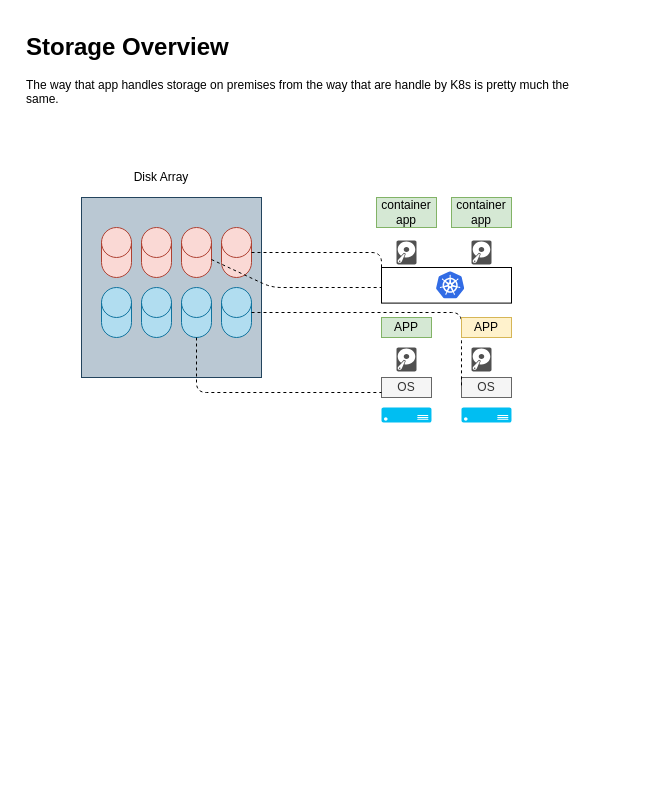
Lemoncode/k8s-fundamentals keeps this draw.io diagram as page "Page-1" (1 of 2) of 03-k8s-volumes/k8s-volumes.drawio. Above is the earlier version. Source tidied: cells renumbered, new cells numbered last; positions are measured from the earlier drawing's top-left corner, leaving out a move shared by most shapes. Both pictures are drawn from the tidied source at 100%, with x=0, y=0 at pixel (21, 27).
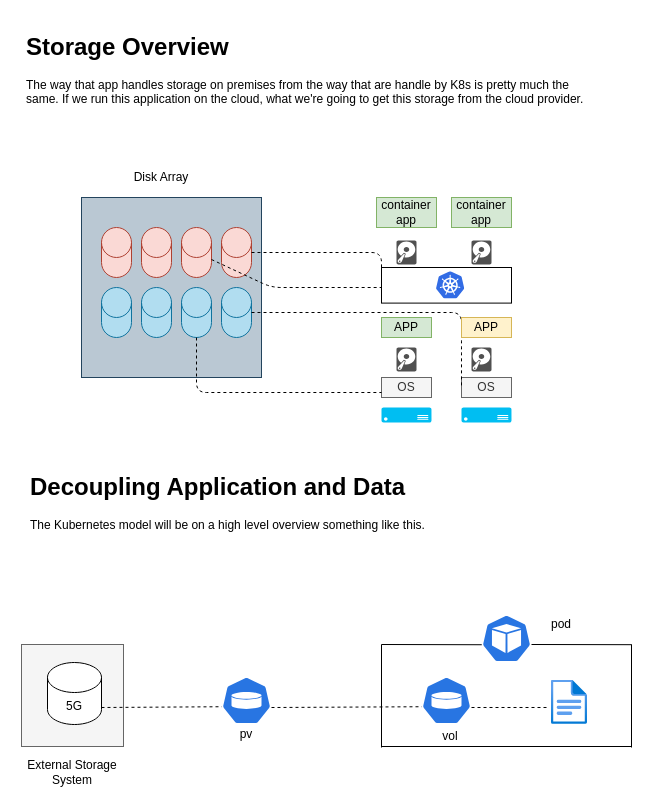
The same diagram, later.

What changed in the source:
```diff
@@
-    <mxCell id="22" value="&lt;h1&gt;Storage Overview&lt;/h1&gt;&lt;p&gt;The way that app handles storage on premises from the way that are handle by K8s is pretty much the same.&lt;/p&gt;" style="text;html=1;strokeColor=none;fillColor=none;spacing=5;spacingTop=-20;whiteSpace=wrap;overflow=hidden;rounded=0;" parent="1" vertex="1">
+    <mxCell id="22" value="&lt;h1&gt;Storage Overview&lt;/h1&gt;&lt;p&gt;The way that app handles storage on premises from the way that are handle by K8s is pretty much the same. If we run this application on the cloud, what we're going to get this storage from the cloud provider.&lt;/p&gt;" style="text;html=1;strokeColor=none;fillColor=none;spacing=5;spacingTop=-20;whiteSpace=wrap;overflow=hidden;rounded=0;" parent="1" vertex="1">
       <mxGeometry width="580" height="120" as="geometry" />
     </mxCell>
@@
+    <mxCell id="31" value="&lt;h1&gt;Decoupling Application and Data&lt;br&gt;&lt;/h1&gt;&lt;div&gt;The Kubernetes model will be on a high level overview something like this.&lt;/div&gt;" style="text;html=1;strokeColor=none;fillColor=none;spacing=5;spacingTop=-20;whiteSpace=wrap;overflow=hidden;rounded=0;" parent="1" vertex="1">
+      <mxGeometry x="4" y="440" width="580" height="120" as="geometry" />
+    </mxCell>
+    <mxCell id="32" style="sketch=0;html=1;dashed=0;whitespace=wrap;fillColor=#2875E2;strokeColor=#ffffff;points=[[0.005,0.63,0],[0.1,0.2,0],[0.9,0.2,0],[0.5,0,0],[0.995,0.63,0],[0.72,0.99,0],[0.5,1,0],[0.28,0.99,0]];shape=mxgraph.kubernetes.icon;prIcon=pod;" parent="1" vertex="1">
+      <mxGeometry x="460" y="587" width="50" height="48" as="geometry" />
+    </mxCell>
+    <mxCell id="33" style="sketch=0;html=1;dashed=0;whitespace=wrap;fillColor=#2875E2;strokeColor=#ffffff;points=[[0.005,0.63,0],[0.1,0.2,0],[0.9,0.2,0],[0.5,0,0],[0.995,0.63,0],[0.72,0.99,0],[0.5,1,0],[0.28,0.99,0]];shape=mxgraph.kubernetes.icon;prIcon=pv;" parent="1" vertex="1">
+      <mxGeometry x="400" y="649" width="50" height="48" as="geometry" />
+    </mxCell>
+    <mxCell id="34" style="sketch=0;html=1;dashed=0;whitespace=wrap;fillColor=#2875E2;strokeColor=#ffffff;points=[[0.005,0.63,0],[0.1,0.2,0],[0.9,0.2,0],[0.5,0,0],[0.995,0.63,0],[0.72,0.99,0],[0.5,1,0],[0.28,0.99,0]];shape=mxgraph.kubernetes.icon;prIcon=pv;" parent="1" vertex="1">
+      <mxGeometry x="200" y="649" width="50" height="48" as="geometry" />
+    </mxCell>
+    <mxCell id="35" style="whiteSpace=wrap;html=1;fillColor=#f5f5f5;strokeColor=#666666;fontColor=#333333;" parent="1" vertex="1">
+      <mxGeometry y="617" width="102" height="102" as="geometry" />
+    </mxCell>
+    <mxCell id="36" value="5G" style="shape=cylinder3;whiteSpace=wrap;html=1;boundedLbl=1;backgroundOutline=1;size=15;" parent="1" vertex="1">
+      <mxGeometry x="26" y="635" width="54" height="62" as="geometry" />
+    </mxCell>
+    <mxCell id="37" style="html=1;points=[];align=center;image;fontSize=12;image=img/lib/azure2/general/File.svg;" parent="1" vertex="1">
+      <mxGeometry x="530" y="652.6" width="36" height="44.4" as="geometry" />
+    </mxCell>
+    <mxCell id="38" style="endArrow=none;html=1;entryX=0.005;entryY=0.63;entryDx=0;entryDy=0;entryPerimeter=0;" parent="1" edge="1" target="32">
+      <mxGeometry relative="1" as="geometry">
+        <mxPoint x="360" y="617" as="sourcePoint" />
+      </mxGeometry>
+    </mxCell>
+    <mxCell id="39" style="endArrow=none;html=1;entryX=0.005;entryY=0.63;entryDx=0;entryDy=0;entryPerimeter=0;" parent="1" edge="1">
+      <mxGeometry relative="1" as="geometry">
+        <mxPoint x="510" y="617" as="sourcePoint" />
+        <mxPoint x="610.2" y="617.2" as="targetPoint" />
+      </mxGeometry>
+    </mxCell>
+    <mxCell id="40" style="endArrow=none;html=1;" parent="1" edge="1">
+      <mxGeometry relative="1" as="geometry">
+        <mxPoint x="360" y="720" as="sourcePoint" />
+        <mxPoint x="360" y="617" as="targetPoint" />
+      </mxGeometry>
+    </mxCell>
+    <mxCell id="41" style="endArrow=none;html=1;" parent="1" edge="1">
+      <mxGeometry relative="1" as="geometry">
+        <mxPoint x="610" y="720" as="sourcePoint" />
+        <mxPoint x="610" y="617" as="targetPoint" />
+      </mxGeometry>
+    </mxCell>
+    <mxCell id="42" style="endArrow=none;html=1;" parent="1" edge="1">
+      <mxGeometry relative="1" as="geometry">
+        <mxPoint x="360" y="719" as="sourcePoint" />
+        <mxPoint x="610" y="719" as="targetPoint" />
+      </mxGeometry>
+    </mxCell>
+    <mxCell id="43" value="pod" style="text;html=1;strokeColor=none;fillColor=none;align=center;verticalAlign=middle;whiteSpace=wrap;rounded=0;" parent="1" vertex="1">
+      <mxGeometry x="520" y="587" width="40" height="20" as="geometry" />
+    </mxCell>
+    <mxCell id="44" value="vol" style="text;html=1;strokeColor=none;fillColor=none;align=center;verticalAlign=middle;whiteSpace=wrap;rounded=0;" parent="1" vertex="1">
+      <mxGeometry x="409.2" y="699" width="40" height="20" as="geometry" />
+    </mxCell>
+    <mxCell id="45" value="pv" style="text;html=1;strokeColor=none;fillColor=none;align=center;verticalAlign=middle;whiteSpace=wrap;rounded=0;" parent="1" vertex="1">
+      <mxGeometry x="205" y="697" width="40" height="20" as="geometry" />
+    </mxCell>
+    <mxCell id="46" style="endArrow=none;dashed=1;html=1;entryX=0.005;entryY=0.63;entryDx=0;entryDy=0;entryPerimeter=0;" parent="1" edge="1" target="33">
+      <mxGeometry relative="1" as="geometry">
+        <mxPoint x="250" y="680" as="sourcePoint" />
+      </mxGeometry>
+    </mxCell>
+    <mxCell id="47" style="endArrow=none;dashed=1;html=1;entryX=-0.083;entryY=0.617;entryDx=0;entryDy=0;entryPerimeter=0;" parent="1" edge="1" target="37">
+      <mxGeometry relative="1" as="geometry">
+        <mxPoint x="450" y="680" as="sourcePoint" />
+      </mxGeometry>
+    </mxCell>
+    <mxCell id="48" style="endArrow=none;dashed=1;html=1;entryX=0.005;entryY=0.63;entryDx=0;entryDy=0;entryPerimeter=0;" parent="1" edge="1" target="34">
+      <mxGeometry relative="1" as="geometry">
+        <mxPoint x="80" y="680" as="sourcePoint" />
+      </mxGeometry>
+    </mxCell>
+    <mxCell id="49" value="External Storage System" style="text;html=1;strokeColor=none;fillColor=none;align=center;verticalAlign=middle;whiteSpace=wrap;rounded=0;" parent="1" vertex="1">
+      <mxGeometry x="-4" y="730" width="110" height="30" as="geometry" />
+    </mxCell>
```
